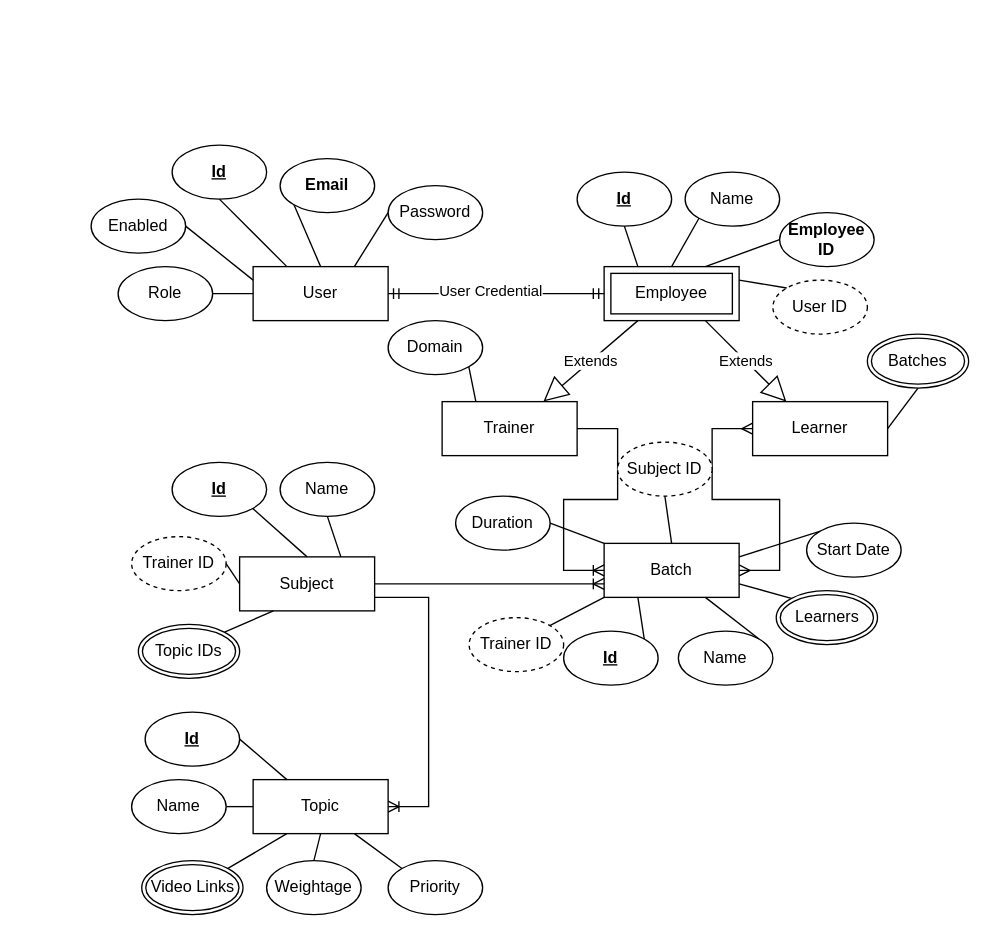
Above: E-Learning/concept.drawio in meethariya/E-Learning (draw.io), before the change. Source tidied: cells renumbered, new cells numbered last; positions are measured from the earlier drawing's top-left corner, leaving out a move shared by most shapes. Both pictures are drawn from the tidied source at 135%, with x=0, y=0 at pixel (90, 144).
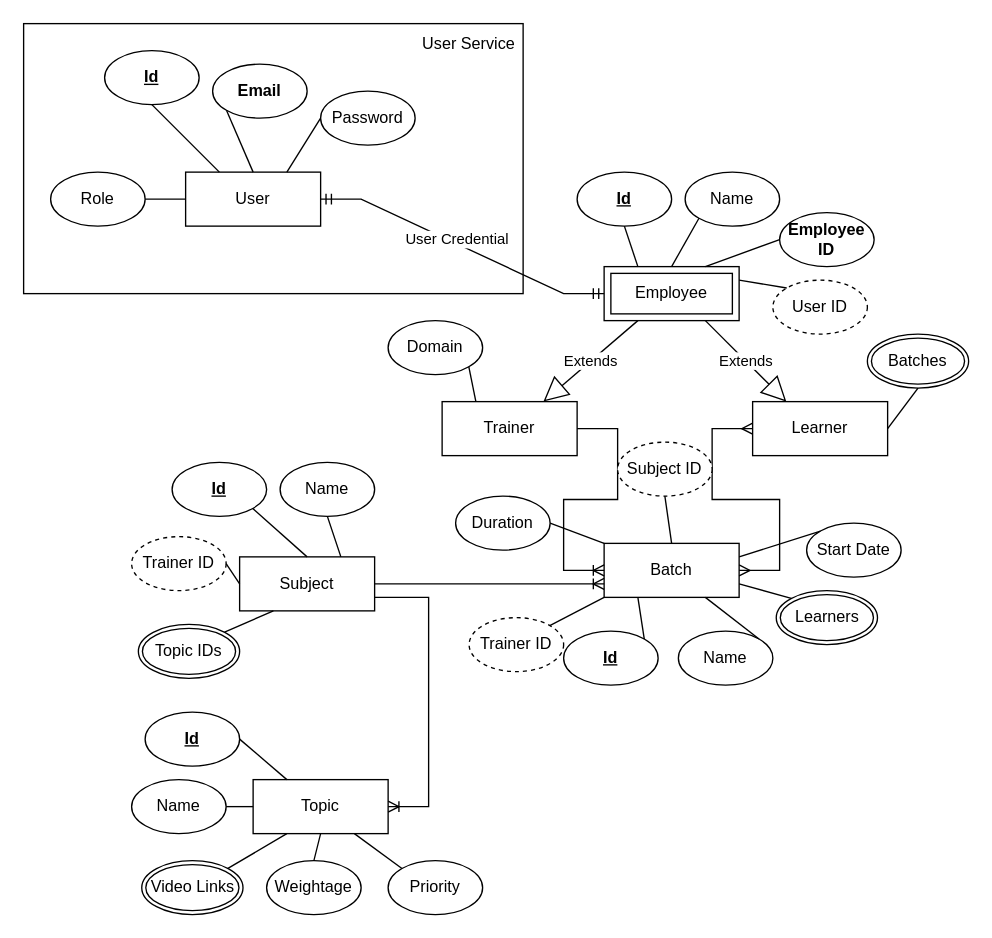
The same page after the edit.

Change to the diagram source:
```diff
@@
+    <mxCell id="71" style="rounded=0;whiteSpace=wrap;html=1;" parent="1" vertex="1">
+      <mxGeometry x="-50" y="-90" width="370" height="200" as="geometry" />
+    </mxCell>
@@
     <mxCell id="17" value="User" style="whiteSpace=wrap;html=1;align=center;" parent="1" vertex="1">
-      <mxGeometry x="120" y="90" width="100" height="40" as="geometry" />
+      <mxGeometry x="70" y="20" width="100" height="40" as="geometry" />
     </mxCell>
     <mxCell id="18" value="&lt;b&gt;&lt;u&gt;Id&lt;/u&gt;&lt;/b&gt;" style="ellipse;whiteSpace=wrap;html=1;align=center;" parent="1" vertex="1">
-      <mxGeometry x="60" width="70" height="40" as="geometry" />
+      <mxGeometry x="10" y="-70" width="70" height="40" as="geometry" />
     </mxCell>
     <mxCell id="19" value="&lt;b&gt;Email&lt;/b&gt;" style="ellipse;whiteSpace=wrap;html=1;align=center;" parent="1" vertex="1">
-      <mxGeometry x="140" y="10" width="70" height="40" as="geometry" />
+      <mxGeometry x="90" y="-60" width="70" height="40" as="geometry" />
     </mxCell>
     <mxCell id="20" value="Password" style="ellipse;whiteSpace=wrap;html=1;align=center;" parent="1" vertex="1">
-      <mxGeometry x="220" y="30" width="70" height="40" as="geometry" />
+      <mxGeometry x="170" y="-40" width="70" height="40" as="geometry" />
     </mxCell>
-    <mxCell id="21" value="Enabled" style="ellipse;whiteSpace=wrap;html=1;align=center;" parent="1" vertex="1">
-      <mxGeometry y="40" width="70" height="40" as="geometry" />
-    </mxCell>
     <mxCell id="22" value="Role" style="ellipse;whiteSpace=wrap;html=1;align=center;" parent="1" vertex="1">
-      <mxGeometry x="20" y="90" width="70" height="40" as="geometry" />
+      <mxGeometry x="-30" y="20" width="70" height="40" as="geometry" />
     </mxCell>
@@
-    <mxCell id="24" style="endArrow=none;html=1;rounded=0;exitX=1;exitY=0.5;exitDx=0;exitDy=0;entryX=0;entryY=0.25;entryDx=0;entryDy=0;" parent="1" edge="1" source="21" target="17">
-      <mxGeometry relative="1" as="geometry" />
-    </mxCell>
@@
+    <mxCell id="72" value="User Service" style="text;html=1;strokeColor=none;fillColor=none;align=center;verticalAlign=middle;whiteSpace=wrap;rounded=0;" parent="1" vertex="1">
+      <mxGeometry x="240" y="-90" width="80" height="30" as="geometry" />
+    </mxCell>
```
